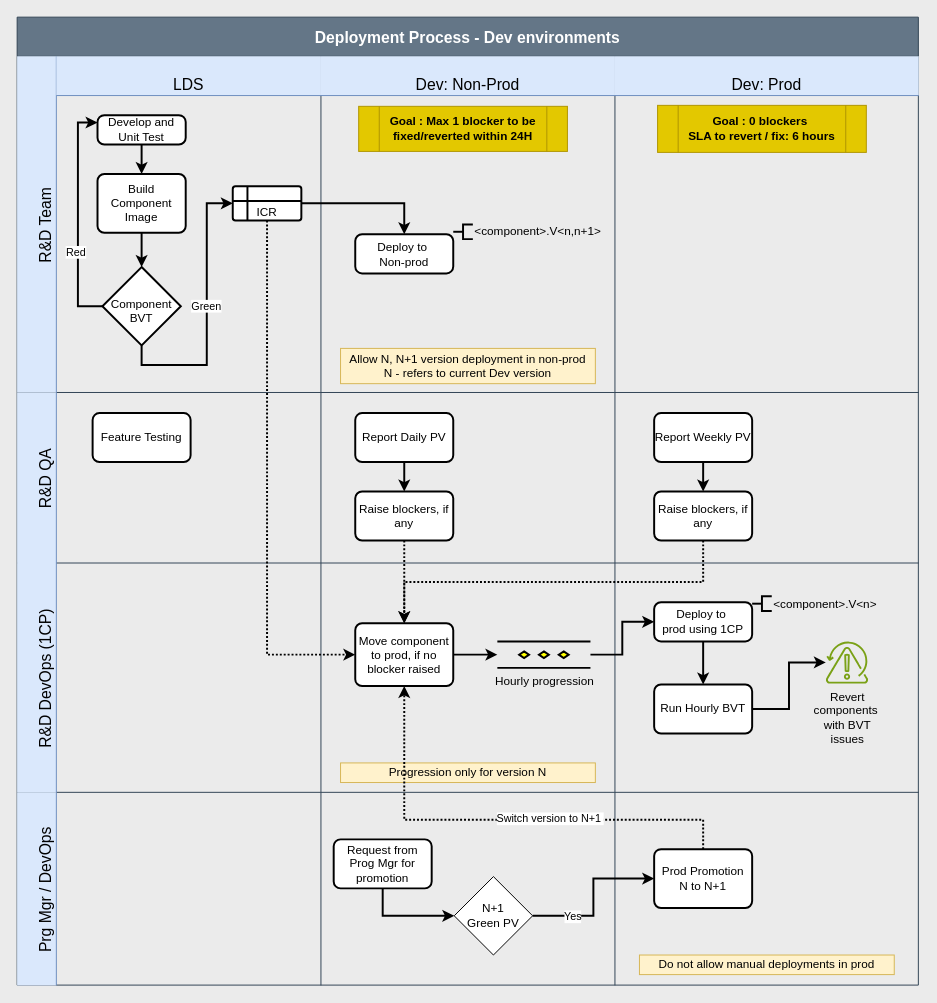
prasad-gsk-IBM/myibmrepo-prasad keeps this draw.io diagram as page "Dev Env" (1 of 2) of Release process.drawio. Above is the earlier version. Source tidied: cells renumbered, new cells numbered last; positions are measured from the earlier drawing's top-left corner, leaving out a move shared by most shapes. Both pictures are drawn from the tidied source at 98%, with x=0, y=0 at pixel (17, 17).
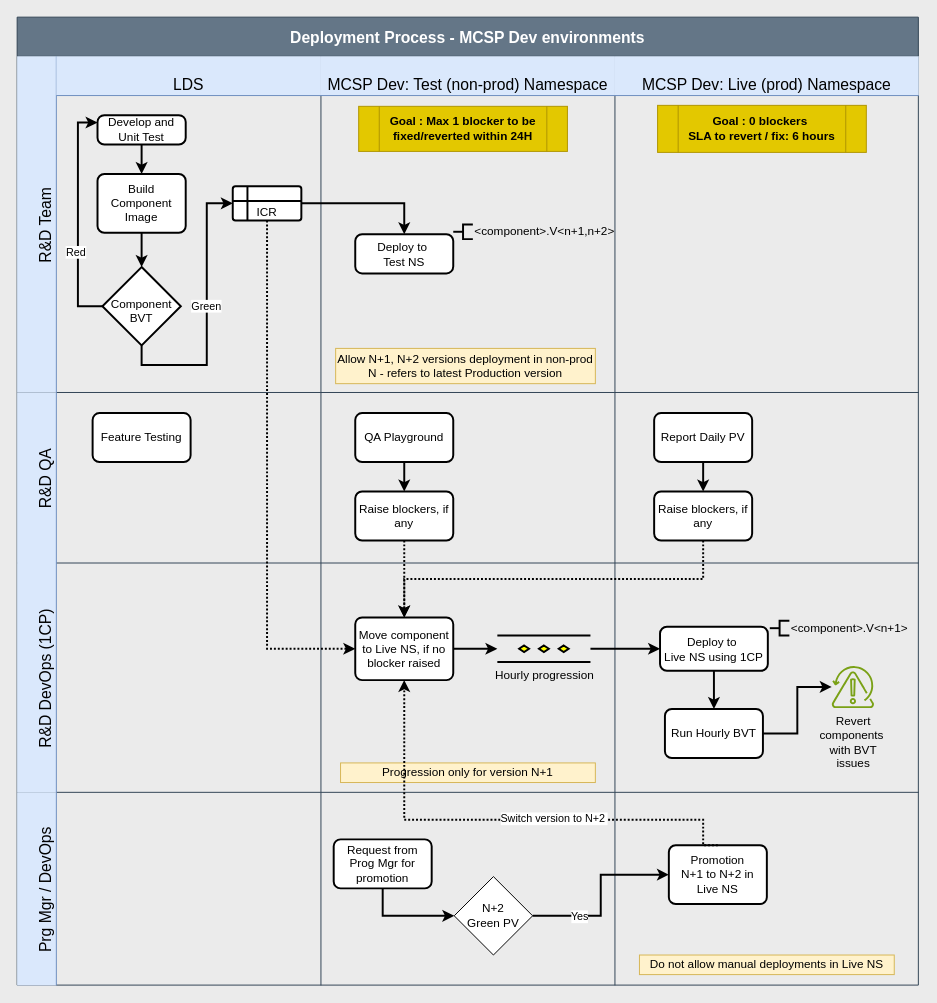
After the change.

Unchanged cells that the change refers to:
```xml
<mxCell id="3" value="R&amp;D Team" style="shape=tableRow;horizontal=0;swimlaneHead=0;swimlaneBody=0;top=0;left=0;strokeColor=#6c8ebf;bottom=0;right=0;fontStyle=0;fillColor=#dae8fc;startSize=40;fontSize=16;flipV=0;flipH=0;verticalAlign=bottom;" parent="2" vertex="1">
  <mxGeometry y="40" width="919.6" height="343" as="geometry" />
</mxCell>
<mxCell id="26" style="swimlane;swimlaneHead=0;swimlaneBody=0;fontStyle=0;strokeColor=#6c8ebf;fillColor=#dae8fc;startSize=0;fontSize=16;verticalAlign=bottom;strokeWidth=2;" parent="23" vertex="1">
  <mxGeometry x="310" width="300" height="174" as="geometry" />
</mxCell>
<mxCell id="30" style="swimlane;swimlaneHead=0;swimlaneBody=0;fontStyle=0;strokeColor=#6c8ebf;fillColor=#dae8fc;startSize=0;fontSize=16;verticalAlign=bottom;strokeWidth=2;" parent="23" vertex="1">
  <mxGeometry x="610" width="310" height="174" as="geometry" />
</mxCell>
<mxCell id="34" value="R&amp;D DevOps (1CP)" style="shape=tableRow;horizontal=0;swimlaneHead=0;swimlaneBody=0;top=0;left=0;strokeColor=#6c8ebf;bottom=0;right=0;fontStyle=0;fillColor=#dae8fc;startSize=40;fontSize=16;flipV=0;flipH=0;verticalAlign=bottom;" parent="2" vertex="1">
  <mxGeometry y="557" width="919.6" height="234" as="geometry" />
</mxCell>
<mxCell id="36" style="swimlane;swimlaneHead=0;swimlaneBody=0;fontStyle=0;strokeColor=#6c8ebf;fillColor=#dae8fc;startSize=0;fontSize=16;verticalAlign=bottom;" parent="34" vertex="1">
  <mxGeometry x="310" width="300" height="234" as="geometry" />
</mxCell>
<mxCell id="41" style="swimlane;swimlaneHead=0;swimlaneBody=0;fontStyle=0;strokeColor=#6c8ebf;fillColor=#dae8fc;startSize=0;fontSize=16;verticalAlign=bottom;" parent="34" vertex="1">
  <mxGeometry x="610" width="310" height="234" as="geometry" />
</mxCell>
<mxCell id="52" style="swimlane;swimlaneHead=0;swimlaneBody=0;fontStyle=0;strokeColor=#6c8ebf;fillColor=#dae8fc;startSize=0;fontSize=16;verticalAlign=bottom;" parent="50" vertex="1">
  <mxGeometry x="310" width="300" height="197" as="geometry" />
</mxCell>
<mxCell id="56" style="swimlane;swimlaneHead=0;swimlaneBody=0;fontStyle=0;strokeColor=#6c8ebf;fillColor=#dae8fc;startSize=0;fontSize=16;verticalAlign=bottom;" parent="50" vertex="1">
  <mxGeometry x="610" width="310" height="197" as="geometry" />
</mxCell>
<mxCell id="64" style="edgeStyle=orthogonalEdgeStyle;rounded=0;jettySize=auto;html=1;exitX=0.5;exitY=0;exitDx=0;exitDy=0;entryX=0.5;entryY=1;entryDx=0;entryDy=0;strokeWidth=2;dashed=1;dashPattern=1 1;" parent="2" edge="1" source="57" target="37">
  <mxGeometry relative="1" as="geometry">
    <Array as="points">
      <mxPoint x="700" y="819" />
      <mxPoint x="395" y="819" />
    </Array>
  </mxGeometry>
</mxCell>
```

The edit, as a diff of the source:
```diff
@@
-    <mxCell id="2" value="Deployment Process - Dev environments" style="shape=table;childLayout=tableLayout;startSize=40;fontSize=16;fontStyle=1;fillColor=#647687;fontColor=#ffffff;strokeColor=#314354;" parent="1" vertex="1">
+    <mxCell id="2" value="Deployment Process - MCSP Dev environments" style="shape=table;childLayout=tableLayout;startSize=40;fontSize=16;fontStyle=1;fillColor=#647687;fontColor=#ffffff;strokeColor=#314354;" parent="1" vertex="1">
       <mxGeometry width="919.6" height="987.7" as="geometry" />
     </mxCell>
@@
-    <mxCell id="15" value="Dev: Non-Prod" style="swimlane;swimlaneHead=0;swimlaneBody=0;fontStyle=0;strokeColor=#6c8ebf;fillColor=#dae8fc;startSize=40;fontSize=16;verticalAlign=bottom;" parent="3" vertex="1">
+    <mxCell id="15" value="MCSP Dev: Test (non-prod) Namespace" style="swimlane;swimlaneHead=0;swimlaneBody=0;fontStyle=0;strokeColor=#6c8ebf;fillColor=#dae8fc;startSize=40;fontSize=16;verticalAlign=bottom;" parent="3" vertex="1">
       <mxGeometry x="310" width="300" height="343" as="geometry" />
     </mxCell>
-    <mxCell id="16" value="Deploy to&amp;nbsp;&lt;div&gt;Non-prod&lt;/div&gt;" style="rounded=1;whiteSpace=wrap;html=1;absoluteArcSize=1;arcSize=14;strokeWidth=2;" parent="15" vertex="1">
+    <mxCell id="16" value="Deploy to&amp;nbsp;&lt;div&gt;Test NS&lt;/div&gt;" style="rounded=1;whiteSpace=wrap;html=1;absoluteArcSize=1;arcSize=14;strokeWidth=2;" parent="15" vertex="1">
       <mxGeometry x="35" y="181.5" width="100" height="40" as="geometry" />
     </mxCell>
-    <mxCell id="17" value="&amp;lt;component&amp;gt;.V&amp;lt;n,n+1&amp;gt;" style="strokeWidth=2;html=1;shape=mxgraph.flowchart.annotation_2;align=left;labelPosition=right;" parent="15" vertex="1">
+    <mxCell id="17" value="&amp;lt;component&amp;gt;.V&amp;lt;n+1,n+2&amp;gt;" style="strokeWidth=2;html=1;shape=mxgraph.flowchart.annotation_2;align=left;labelPosition=right;" parent="15" vertex="1">
       <mxGeometry x="135" y="171.5" width="20" height="15" as="geometry" />
     </mxCell>
-    <mxCell id="18" value="Allow N, N+1 version deployment in non-prod&lt;div&gt;N - refers to current Dev version&lt;/div&gt;" style="html=1;whiteSpace=wrap;fillColor=#fff2cc;strokeColor=#d6b656;" parent="15" vertex="1">
-      <mxGeometry x="20" y="298" width="260" height="36" as="geometry" />
+    <mxCell id="18" value="Allow N+1, N+2 versions deployment in non-prod&lt;div&gt;N - refers to latest Production version&lt;/div&gt;" style="html=1;whiteSpace=wrap;fillColor=#fff2cc;strokeColor=#d6b656;" parent="15" vertex="1">
+      <mxGeometry x="15" y="298" width="265" height="36" as="geometry" />
     </mxCell>
@@
-    <mxCell id="20" value="Dev: Prod" style="swimlane;swimlaneHead=0;swimlaneBody=0;fontStyle=0;strokeColor=#6c8ebf;fillColor=#dae8fc;startSize=40;fontSize=16;verticalAlign=bottom;" parent="3" vertex="1">
+    <mxCell id="20" value="MCSP Dev: Live (prod) Namespace" style="swimlane;swimlaneHead=0;swimlaneBody=0;fontStyle=0;strokeColor=#6c8ebf;fillColor=#dae8fc;startSize=40;fontSize=16;verticalAlign=bottom;" parent="3" vertex="1">
       <mxGeometry x="610" width="310" height="343" as="geometry" />
     </mxCell>
@@
-    <mxCell id="28" value="Report Daily PV" style="rounded=1;whiteSpace=wrap;html=1;absoluteArcSize=1;arcSize=14;strokeWidth=2;" parent="26" vertex="1">
+    <mxCell id="28" value="QA Playground" style="rounded=1;whiteSpace=wrap;html=1;absoluteArcSize=1;arcSize=14;strokeWidth=2;" parent="26" vertex="1">
       <mxGeometry x="35" y="21" width="100" height="50" as="geometry" />
     </mxCell>
@@
-    <mxCell id="32" value="Report Weekly PV" style="rounded=1;whiteSpace=wrap;html=1;absoluteArcSize=1;arcSize=14;strokeWidth=2;" parent="30" vertex="1">
+    <mxCell id="32" value="Report Daily PV" style="rounded=1;whiteSpace=wrap;html=1;absoluteArcSize=1;arcSize=14;strokeWidth=2;" parent="30" vertex="1">
       <mxGeometry x="40" y="21" width="100" height="50" as="geometry" />
     </mxCell>
@@
-    <mxCell id="37" value="Move component to prod, if no blocker raised" style="rounded=1;whiteSpace=wrap;html=1;absoluteArcSize=1;arcSize=14;strokeWidth=2;" parent="36" vertex="1">
-      <mxGeometry x="35" y="61.5" width="100" height="64" as="geometry" />
+    <mxCell id="37" value="Move component to Live NS, if no blocker raised" style="rounded=1;whiteSpace=wrap;html=1;absoluteArcSize=1;arcSize=14;strokeWidth=2;" parent="36" vertex="1">
+      <mxGeometry x="35" y="55.5" width="100" height="64" as="geometry" />
     </mxCell>
@@
     <mxCell id="39" value="Hourly progression" style="verticalLabelPosition=bottom;verticalAlign=top;html=1;shape=mxgraph.flowchart.parallel_mode;strokeWidth=2;" parent="36" vertex="1">
-      <mxGeometry x="180" y="80" width="95" height="27" as="geometry" />
+      <mxGeometry x="180" y="74" width="95" height="27" as="geometry" />
     </mxCell>
-    <mxCell id="40" value="Progression only for version N" style="html=1;whiteSpace=wrap;fillColor=#fff2cc;strokeColor=#d6b656;" parent="36" vertex="1">
+    <mxCell id="40" value="Progression only for version N+1" style="html=1;whiteSpace=wrap;fillColor=#fff2cc;strokeColor=#d6b656;" parent="36" vertex="1">
       <mxGeometry x="20" y="204" width="260" height="20" as="geometry" />
     </mxCell>
@@
-    <mxCell id="43" value="Deploy to&amp;nbsp;&lt;div&gt;prod using 1CP&lt;/div&gt;" style="rounded=1;whiteSpace=wrap;html=1;absoluteArcSize=1;arcSize=14;strokeWidth=2;" parent="41" vertex="1">
-      <mxGeometry x="40" y="40" width="100" height="40" as="geometry" />
+    <mxCell id="43" value="Deploy to&amp;nbsp;&lt;div&gt;Live NS using 1CP&lt;/div&gt;" style="rounded=1;whiteSpace=wrap;html=1;absoluteArcSize=1;arcSize=14;strokeWidth=2;" parent="41" vertex="1">
+      <mxGeometry x="46" y="65" width="110" height="45" as="geometry" />
     </mxCell>
-    <mxCell id="44" value="&amp;lt;component&amp;gt;.V&amp;lt;n&amp;gt;" style="strokeWidth=2;html=1;shape=mxgraph.flowchart.annotation_2;align=left;labelPosition=right;" parent="41" vertex="1">
-      <mxGeometry x="140" y="34" width="20" height="15" as="geometry" />
+    <mxCell id="44" value="&amp;lt;component&amp;gt;.V&amp;lt;n+1&amp;gt;" style="strokeWidth=2;html=1;shape=mxgraph.flowchart.annotation_2;align=left;labelPosition=right;" parent="41" vertex="1">
+      <mxGeometry x="158" y="59" width="20" height="15" as="geometry" />
     </mxCell>
     <mxCell id="45" value="Run Hourly BVT" style="rounded=1;whiteSpace=wrap;html=1;absoluteArcSize=1;arcSize=14;strokeWidth=2;" parent="41" vertex="1">
-      <mxGeometry x="40" y="124" width="100" height="50" as="geometry" />
+      <mxGeometry x="51" y="149" width="100" height="50" as="geometry" />
     </mxCell>
@@
     <mxCell id="48" value="&lt;span style=&quot;color: rgb(0, 0, 0); text-wrap-mode: wrap;&quot;&gt;Revert components&amp;nbsp;&lt;/span&gt;&lt;div&gt;&lt;span style=&quot;color: rgb(0, 0, 0); text-wrap-mode: wrap;&quot;&gt;with BVT issues&lt;/span&gt;&lt;/div&gt;" style="sketch=0;outlineConnect=0;fontColor=#232F3E;gradientColor=none;fillColor=#7AA116;strokeColor=none;dashed=0;verticalLabelPosition=bottom;verticalAlign=top;align=center;html=1;fontSize=12;fontStyle=0;shape=mxgraph.aws4.backup_recovery_point_objective;" parent="41" vertex="1">
-      <mxGeometry x="215" y="80" width="43.6" height="43" as="geometry" />
+      <mxGeometry x="221" y="105" width="43.6" height="43" as="geometry" />
     </mxCell>
-    <mxCell id="49" style="edgeStyle=orthogonalEdgeStyle;rounded=0;jettySize=auto;html=1;exitX=1;exitY=0.5;exitDx=0;exitDy=0;entryX=0;entryY=0.5;entryDx=0;entryDy=0;strokeWidth=2;" parent="34" edge="1" source="39" target="43">
+    <mxCell id="49" style="edgeStyle=orthogonalEdgeStyle;rounded=0;jettySize=auto;html=1;exitX=1;exitY=0.5;exitDx=0;exitDy=0;entryX=0;entryY=0.5;entryDx=0;entryDy=0;strokeWidth=2;exitPerimeter=0;" parent="34" edge="1" source="39" target="43">
       <mxGeometry relative="1" as="geometry" />
     </mxCell>
@@
-    <mxCell id="53" value="N+1&lt;div&gt;Green PV&lt;/div&gt;" style="rhombus;whiteSpace=wrap;html=1;" parent="52" vertex="1">
+    <mxCell id="53" value="N+2&lt;div&gt;Green PV&lt;/div&gt;" style="rhombus;whiteSpace=wrap;html=1;" parent="52" vertex="1">
       <mxGeometry x="136" y="86" width="80" height="80" as="geometry" />
     </mxCell>
@@
-    <mxCell id="57" value="Prod Promotion&lt;div&gt;N to N+1&lt;/div&gt;" style="rounded=1;whiteSpace=wrap;html=1;absoluteArcSize=1;arcSize=14;strokeWidth=2;" parent="56" vertex="1">
-      <mxGeometry x="40" y="58" width="100" height="60" as="geometry" />
+    <mxCell id="57" value="Promotion&lt;div&gt;N+1 to N+2 in Live NS&lt;/div&gt;" style="rounded=1;whiteSpace=wrap;html=1;absoluteArcSize=1;arcSize=14;strokeWidth=2;" parent="56" vertex="1">
+      <mxGeometry x="55" y="54" width="100" height="60" as="geometry" />
     </mxCell>
-    <mxCell id="58" value="Do not allow manual deployments in prod" style="html=1;whiteSpace=wrap;fillColor=#fff2cc;strokeColor=#d6b656;" parent="56" vertex="1">
+    <mxCell id="58" value="Do not allow manual deployments in Live NS" style="html=1;whiteSpace=wrap;fillColor=#fff2cc;strokeColor=#d6b656;" parent="56" vertex="1">
       <mxGeometry x="25" y="166" width="260" height="20" as="geometry" />
     </mxCell>
@@
-    <mxCell id="65" value="Switch version to N+1&amp;nbsp;" style="edgeLabel;html=1;align=center;verticalAlign=middle;" parent="64" vertex="1">
+    <mxCell id="65" value="Switch version to N+2&amp;nbsp;" style="edgeLabel;html=1;align=center;verticalAlign=middle;" parent="64" vertex="1">
       <mxGeometry x="-0.26" relative="1" as="geometry">
         <mxPoint x="-13" y="-2" as="offset" />
       </mxGeometry>
     </mxCell>
```
